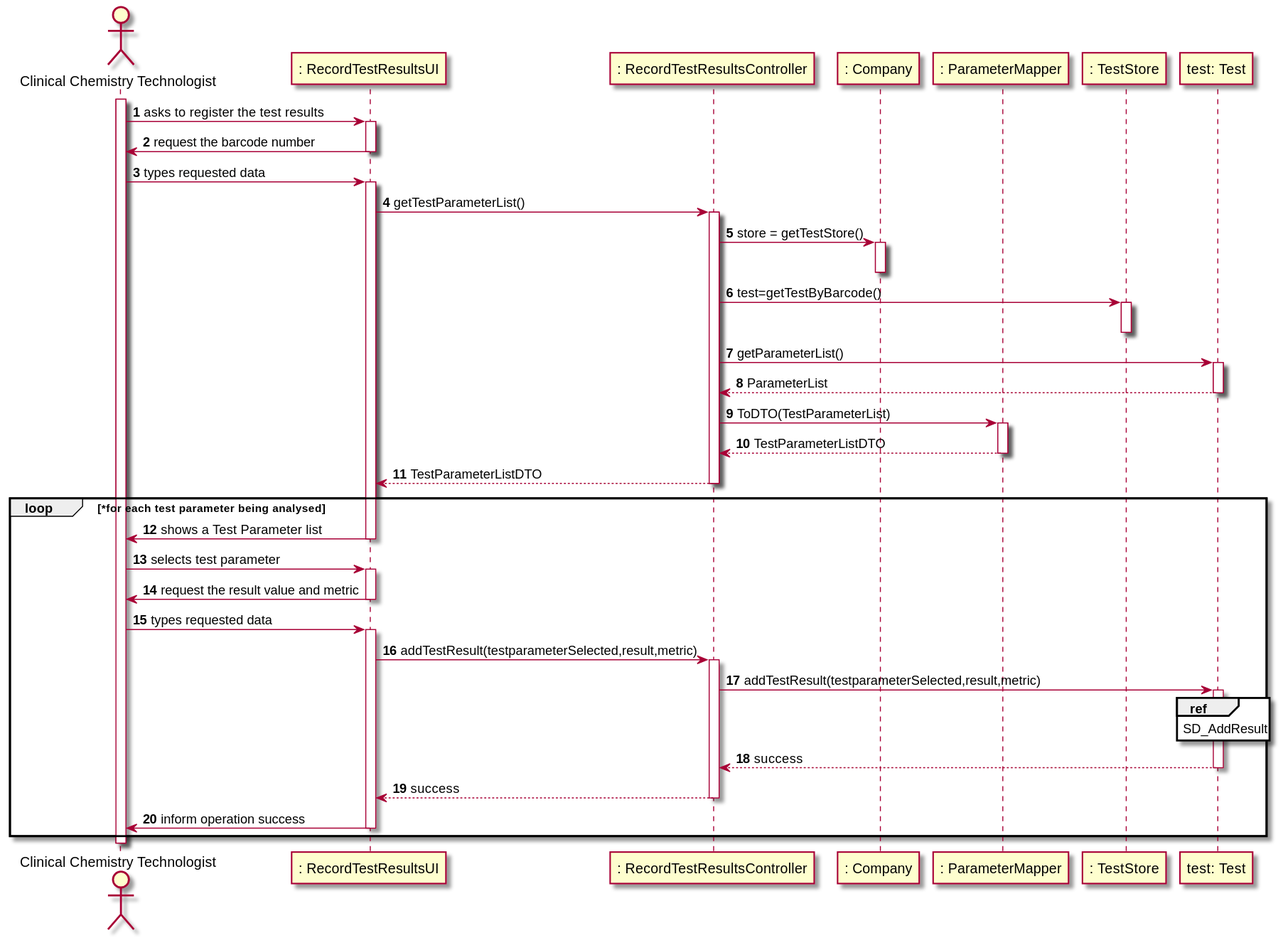
Earlier version of the PlantUML export docs/SprintC/US12/US12_SD.svg (manu-07-ela/LAPR2_ISEP).
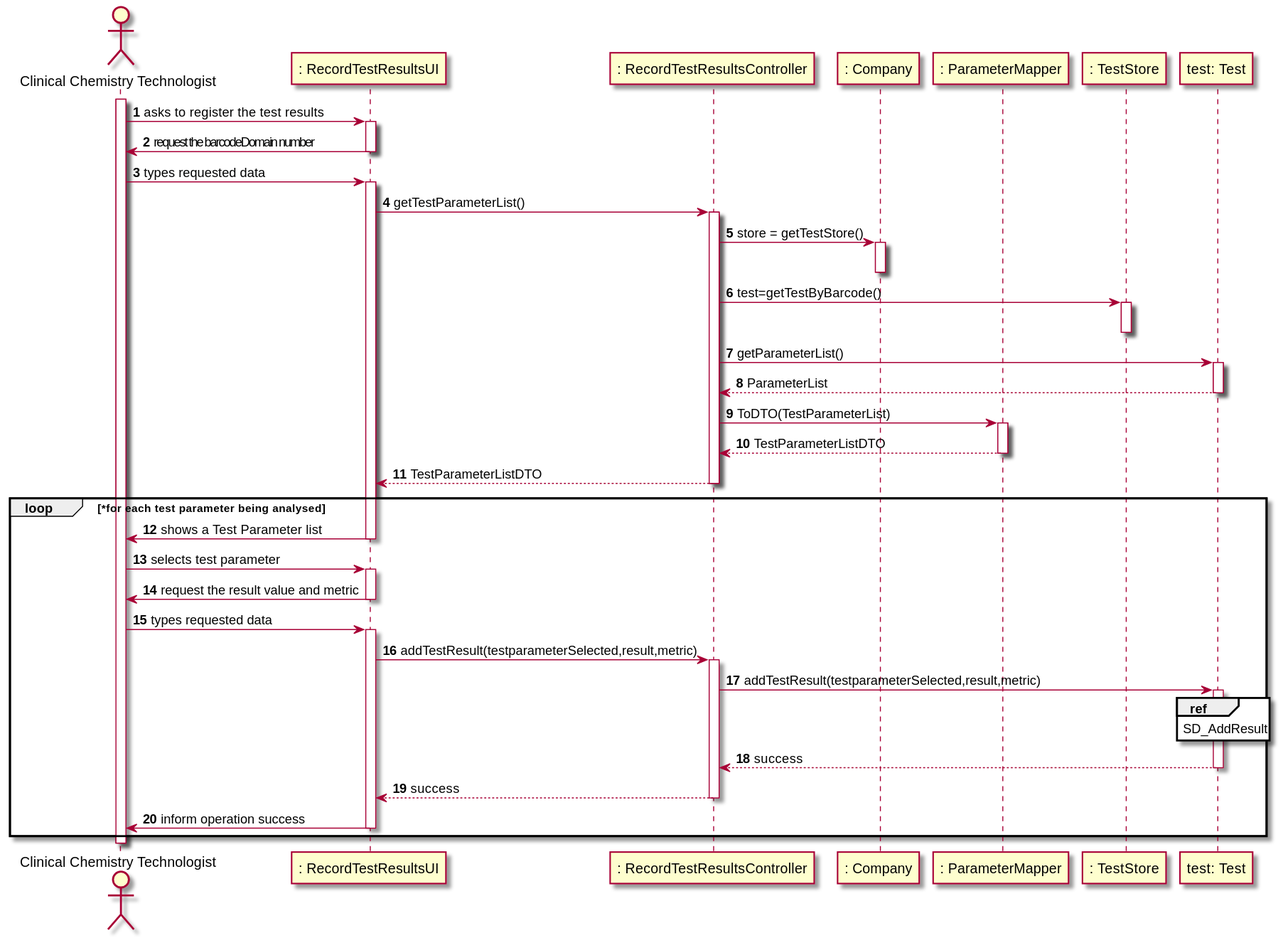
After the change.

Diff of the diagram source:
```diff
@@ -12,7 +12,7 @@
 activate CCT
 CCT -> UI : asks to register the test results
 activate UI
-UI -> CCT : request the barcode number
+UI -> CCT : request the barcodeDomain number
 deactivate UI
 CCT -> UI : types requested data
 activate UI
```
